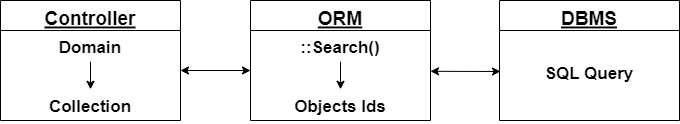
Earlier version of the draw.io export docs/assets/img/searching.drawio.png (equalframework/equal-doc). Source tidied: cells renumbered, new cells last; positions are measured from the earlier drawing's top-left corner, leaving out a move shared by most shapes.
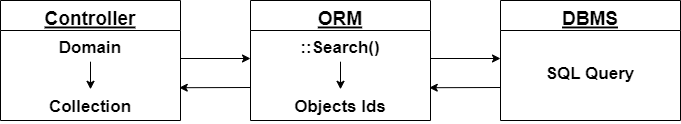
The same file after the commit.

Diff of the diagram source:
```diff
@@ -36,7 +36,7 @@
       <mxGeometry relative="1" as="geometry" />
     </mxCell>
     <mxCell id="13" style="group;" parent="1" vertex="1">
-      <mxGeometry x="499" width="180" height="120" as="geometry" />
+      <mxGeometry x="500" width="180" height="120" as="geometry" />
     </mxCell>
     <mxCell id="14" style="group;" parent="13" vertex="1">
       <mxGeometry width="180" height="120" as="geometry" />
@@ -47,16 +47,29 @@
     <mxCell id="16" value="SQL Query" style="text;align=center;verticalAlign=top;spacingLeft=4;spacingRight=4;overflow=hidden;fontStyle=1;fontSize=17;" parent="13" vertex="1">
       <mxGeometry y="56.4" width="180" height="31.2" as="geometry" />
     </mxCell>
-    <mxCell id="17" style="endArrow=classic;startArrow=classic;html=1;rounded=0;fontSize=13;" parent="1" edge="1">
+    <mxCell id="17" style="endArrow=classic;startArrow=none;html=1;rounded=0;fontSize=13;startFill=0;" parent="1" edge="1">
       <mxGeometry relative="1" as="geometry">
-        <mxPoint x="180" y="70" as="sourcePoint" />
-        <mxPoint x="250" y="70" as="targetPoint" />
+        <mxPoint x="180" y="58" as="sourcePoint" />
+        <mxPoint x="250" y="58" as="targetPoint" />
       </mxGeometry>
     </mxCell>
-    <mxCell id="18" style="endArrow=classic;startArrow=classic;html=1;rounded=0;fontSize=13;entryX=1;entryY=1.308;entryDx=0;entryDy=0;entryPerimeter=0;" parent="1" edge="1" target="10">
-      <mxGeometry relative="1" as="geometry">
-        <mxPoint x="500" y="71" as="sourcePoint" />
-      </mxGeometry>
-    </mxCell>
+    <mxCell id="19" style="endArrow=classic;startArrow=none;html=1;rounded=0;fontSize=13;startFill=0;entryX=0.993;entryY=0.045;entryDx=0;entryDy=0;entryPerimeter=0;" parent="1" edge="1">
+      <mxGeometry relative="1" as="geometry">
+        <mxPoint x="250" y="87" as="sourcePoint" />
+        <mxPoint x="178.7" y="87.2" as="targetPoint" />
+      </mxGeometry>
+    </mxCell>
+    <mxCell id="20" style="endArrow=classic;startArrow=none;html=1;rounded=0;fontSize=13;startFill=0;" parent="1" edge="1">
+      <mxGeometry relative="1" as="geometry">
+        <mxPoint x="430" y="58" as="sourcePoint" />
+        <mxPoint x="500" y="58" as="targetPoint" />
+      </mxGeometry>
+    </mxCell>
+    <mxCell id="21" style="endArrow=classic;startArrow=none;html=1;rounded=0;fontSize=13;startFill=0;entryX=0.993;entryY=0.045;entryDx=0;entryDy=0;entryPerimeter=0;" parent="1" edge="1">
+      <mxGeometry relative="1" as="geometry">
+        <mxPoint x="500" y="87" as="sourcePoint" />
+        <mxPoint x="428.7" y="87.2" as="targetPoint" />
+      </mxGeometry>
+    </mxCell>
   </root>
 </mxGraphModel>
```
